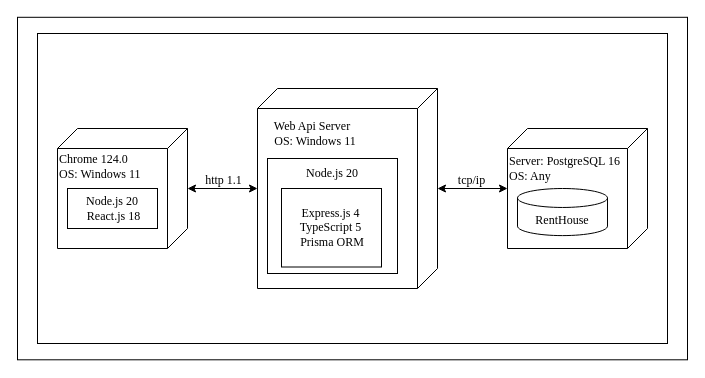
The draw.io diagram KURSACH/архитектура.drawio in Slnpa/Diplom, before the edit. Source tidied: cells renumbered, new cells numbered last; positions are measured from the earlier drawing's top-left corner, leaving out a move shared by most shapes. Both pictures are drawn from the tidied source at 100%, with x=0, y=0 at pixel (17, 17).
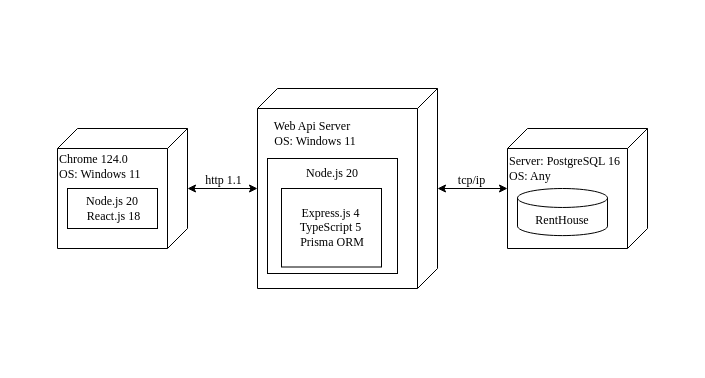
The same page after the edit.

What changed in the source:
```diff
@@
-    <mxCell id="2" style="rounded=0;whiteSpace=wrap;html=1;fontFamily=Times New Roman;fontSize=12;" parent="1" vertex="1">
-      <mxGeometry y="-0.2" width="670" height="342.5" as="geometry" />
-    </mxCell>
-    <mxCell id="3" style="rounded=0;whiteSpace=wrap;html=1;fontFamily=Times New Roman;fontSize=12;" parent="1" vertex="1">
-      <mxGeometry x="20" y="16" width="630" height="310" as="geometry" />
-    </mxCell>
```
